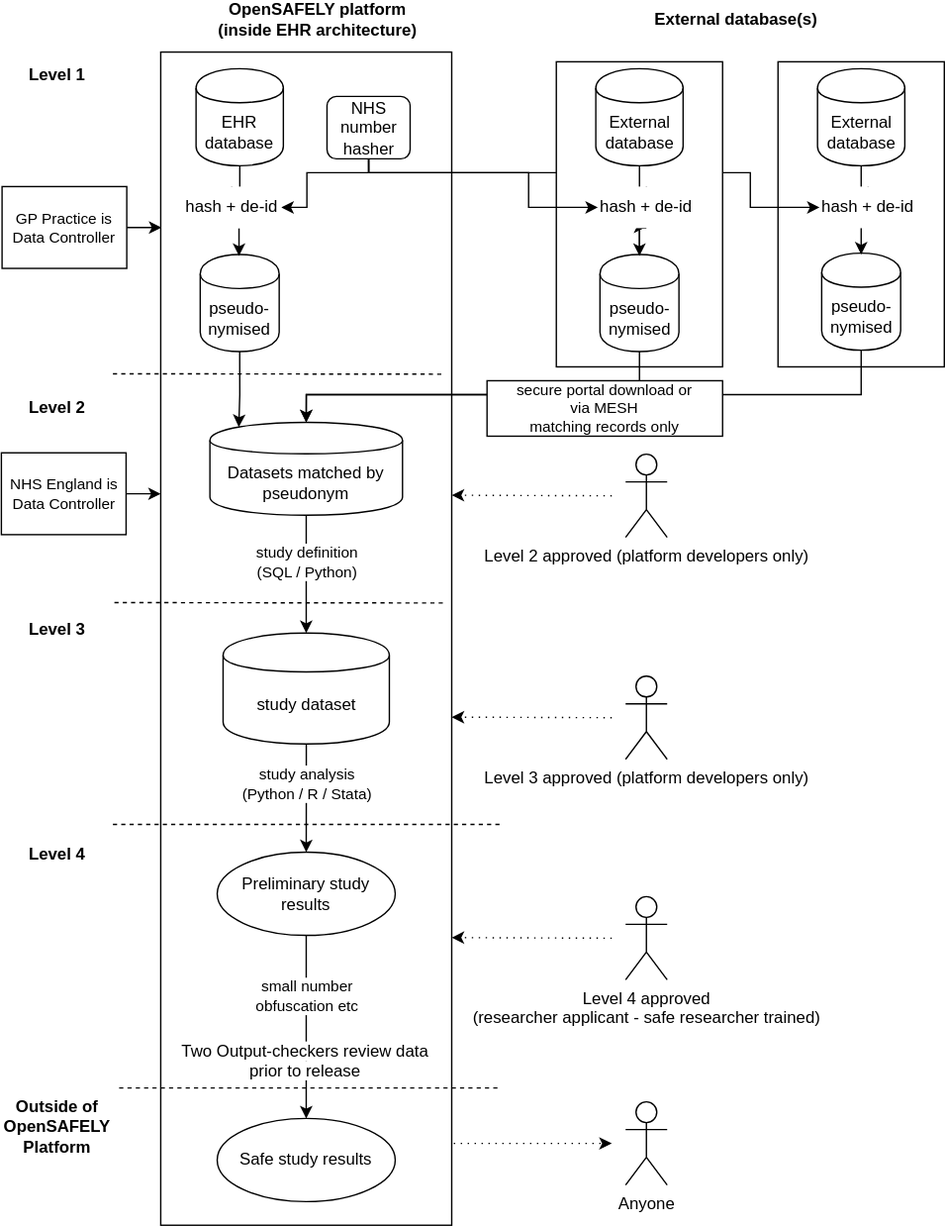
Earlier version of the draw.io export docs/images/OpenSAFELY-security-levels.svg (opensafely/documentation). Source tidied: cells renumbered, new cells last; positions are measured from the earlier drawing's top-left corner, leaving out a move shared by most shapes.
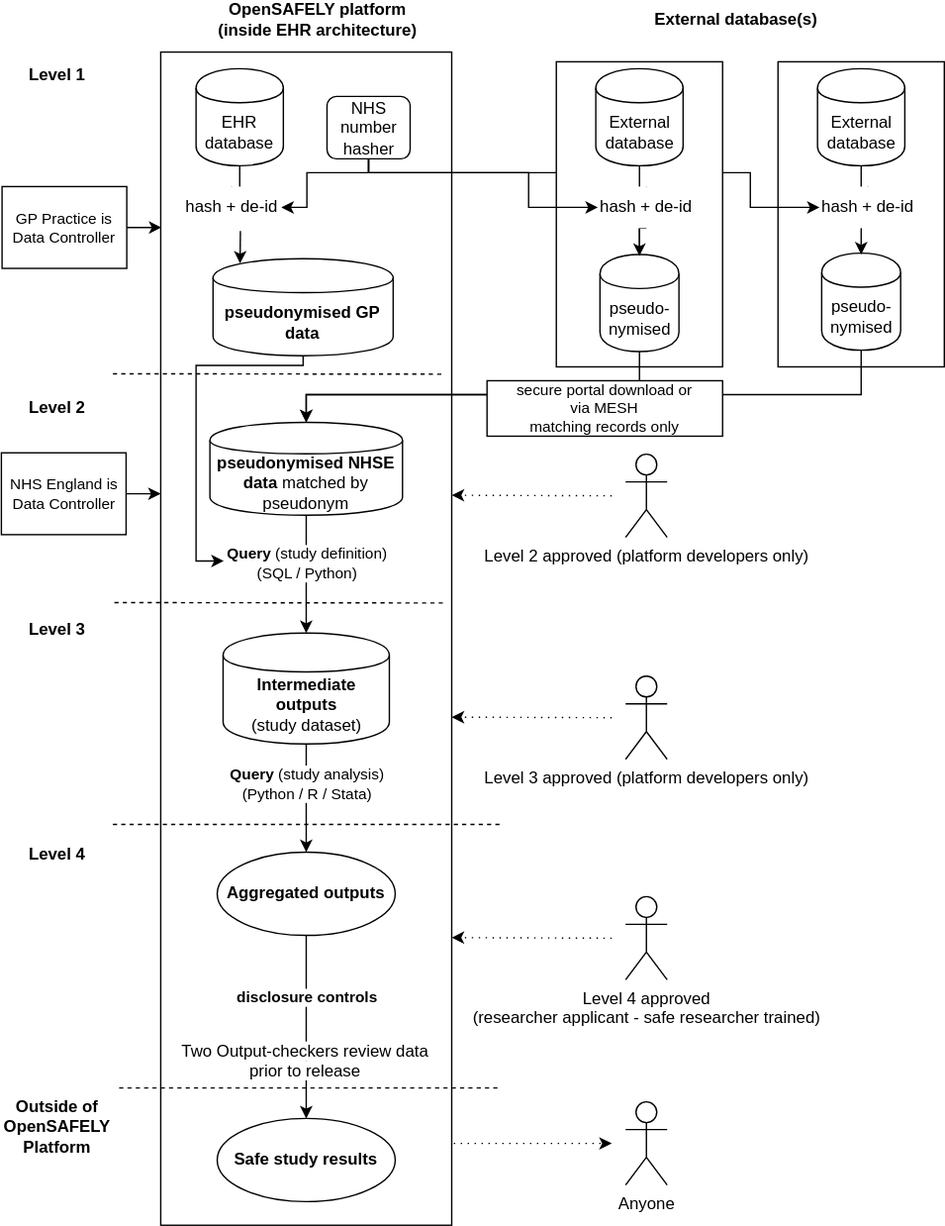
The same diagram one commit later.

The edit, as a diff of the source:
```diff
@@ -8,16 +8,16 @@
     <mxCell id="3" style="rounded=0;whiteSpace=wrap;html=1;align=left;" parent="1" vertex="1">
       <mxGeometry x="114.5" y="33" width="210" height="846" as="geometry" />
     </mxCell>
-    <mxCell id="4" value="&lt;div&gt;study definition&lt;/div&gt;&lt;div&gt;(SQL / Python)&lt;/div&gt;" style="edgeStyle=orthogonalEdgeStyle;rounded=0;jettySize=auto;html=1;" parent="1" edge="1" source="5" target="7">
+    <mxCell id="4" value="&lt;div&gt;&lt;b&gt;Query &lt;/b&gt;(study definition)&lt;/div&gt;&lt;div&gt;(SQL / Python)&lt;/div&gt;" style="edgeStyle=orthogonalEdgeStyle;rounded=0;jettySize=auto;html=1;" parent="1" edge="1" source="5" target="7">
       <mxGeometry x="-0.18" relative="1" as="geometry" />
     </mxCell>
-    <mxCell id="5" value="Datasets matched by pseudonym" style="shape=cylinder;whiteSpace=wrap;html=1;boundedLbl=1;backgroundOutline=1;" parent="1" vertex="1">
+    <mxCell id="5" value="&lt;b&gt;pseudonymised NHSE data &lt;/b&gt;matched by pseudonym" style="shape=cylinder;whiteSpace=wrap;html=1;boundedLbl=1;backgroundOutline=1;" parent="1" vertex="1">
       <mxGeometry x="150" y="300" width="139" height="67" as="geometry" />
     </mxCell>
-    <mxCell id="6" value="&lt;div&gt;study analysis&lt;/div&gt;&lt;div&gt;(Python / R / Stata)&lt;/div&gt;" style="edgeStyle=orthogonalEdgeStyle;rounded=0;jettySize=auto;html=1;" parent="1" edge="1" source="7" target="17">
+    <mxCell id="6" value="&lt;div&gt;&lt;b&gt;Query &lt;/b&gt;(study analysis)&lt;/div&gt;&lt;div&gt;(Python / R / Stata)&lt;/div&gt;" style="edgeStyle=orthogonalEdgeStyle;rounded=0;jettySize=auto;html=1;" parent="1" edge="1" source="7" target="17">
       <mxGeometry x="-0.27" relative="1" as="geometry" />
     </mxCell>
-    <mxCell id="7" value="study dataset" style="shape=cylinder;whiteSpace=wrap;html=1;boundedLbl=1;backgroundOutline=1;" parent="1" vertex="1">
+    <mxCell id="7" value="&lt;b&gt;Intermediate outputs&lt;/b&gt; &lt;br&gt;(study dataset)" style="shape=cylinder;whiteSpace=wrap;html=1;boundedLbl=1;backgroundOutline=1;" parent="1" vertex="1">
       <mxGeometry x="159.5" y="452" width="120" height="80" as="geometry" />
     </mxCell>
     <mxCell id="8" style="endArrow=none;dashed=1;html=1;entryX=0.997;entryY=0.196;entryDx=0;entryDy=0;entryPerimeter=0;" parent="1" edge="1">
@@ -50,16 +50,16 @@
     <mxCell id="15" value="Level 3" style="text;html=1;strokeColor=none;fillColor=none;align=center;verticalAlign=middle;whiteSpace=wrap;rounded=0;fontStyle=1;" parent="1" vertex="1">
       <mxGeometry y="440" width="80" height="20" as="geometry" />
     </mxCell>
-    <mxCell id="16" value="&lt;div&gt;small number&lt;/div&gt;&lt;div&gt;obfuscation etc&lt;br&gt;&lt;/div&gt;" style="edgeStyle=orthogonalEdgeStyle;rounded=0;jettySize=auto;html=1;" parent="1" edge="1" source="17" target="19">
+    <mxCell id="16" value="&lt;div&gt;&lt;b&gt;disclosure controls&lt;/b&gt;&lt;/div&gt;" style="edgeStyle=orthogonalEdgeStyle;rounded=0;jettySize=auto;html=1;" parent="1" edge="1" source="17" target="19">
       <mxGeometry x="-0.32" relative="1" as="geometry" />
     </mxCell>
-    <mxCell id="17" value="Preliminary study results" style="ellipse;whiteSpace=wrap;html=1;" parent="1" vertex="1">
+    <mxCell id="17" value="&lt;b&gt;Aggregated outputs&lt;/b&gt;" style="ellipse;whiteSpace=wrap;html=1;" parent="1" vertex="1">
       <mxGeometry x="155.2" y="610" width="128.5" height="60" as="geometry" />
     </mxCell>
     <mxCell id="18" value="Level 3 approved (platform developers&amp;nbsp;only)" style="shape=umlActor;verticalLabelPosition=bottom;labelBackgroundColor=#ffffff;verticalAlign=top;html=1;" parent="1" vertex="1">
       <mxGeometry x="450" y="483" width="30" height="60" as="geometry" />
     </mxCell>
-    <mxCell id="19" value="Safe study results" style="ellipse;whiteSpace=wrap;html=1;" parent="1" vertex="1">
+    <mxCell id="19" value="&lt;b&gt;Safe study results&lt;/b&gt;" style="ellipse;whiteSpace=wrap;html=1;" parent="1" vertex="1">
       <mxGeometry x="155.2" y="802" width="128.5" height="60" as="geometry" />
     </mxCell>
     <mxCell id="20" value="Anyone" style="shape=umlActor;verticalLabelPosition=bottom;labelBackgroundColor=#ffffff;verticalAlign=top;html=1;" parent="1" vertex="1">
@@ -158,23 +158,12 @@
     <mxCell id="40" value="&lt;div&gt;EHR database&lt;/div&gt;" style="shape=cylinder;whiteSpace=wrap;html=1;boundedLbl=1;backgroundOutline=1;" parent="1" vertex="1">
       <mxGeometry x="140" y="45" width="63" height="70" as="geometry" />
     </mxCell>
-    <mxCell id="41" style="edgeStyle=orthogonalEdgeStyle;rounded=0;jettySize=auto;html=1;entryX=0.15;entryY=0.05;entryDx=0;entryDy=0;entryPerimeter=0;endArrow=classic;endFill=1;exitX=0.5;exitY=1;exitDx=0;exitDy=0;" parent="1" edge="1" source="42" target="5">
-      <mxGeometry relative="1" as="geometry">
-        <Array as="points">
-          <mxPoint x="172" y="280" />
-        </Array>
-      </mxGeometry>
-    </mxCell>
-    <mxCell id="42" value="&lt;div&gt;pseudo-nymised &lt;br&gt;&lt;/div&gt;" style="shape=cylinder;whiteSpace=wrap;html=1;boundedLbl=1;backgroundOutline=1;" parent="1" vertex="1">
-      <mxGeometry x="143" y="179" width="57" height="70" as="geometry" />
+    <mxCell id="42" value="&lt;div&gt;&lt;b&gt;pseudonymised GP data&lt;/b&gt;&lt;br&gt;&lt;/div&gt;" style="shape=cylinder;whiteSpace=wrap;html=1;boundedLbl=1;backgroundOutline=1;" parent="1" vertex="1">
+      <mxGeometry x="152.2" y="182" width="130" height="70" as="geometry" />
     </mxCell>
-    <mxCell id="43" style="edgeStyle=orthogonalEdgeStyle;rounded=0;jettySize=auto;html=1;endArrow=classic;endFill=1;" parent="1" edge="1" source="44">
+    <mxCell id="43" style="edgeStyle=orthogonalEdgeStyle;rounded=0;jettySize=auto;html=1;endArrow=classic;endFill=1;entryX=0.15;entryY=0.05;entryDx=0;entryDy=0;entryPerimeter=0;" parent="1" edge="1" target="42">
       <mxGeometry relative="1" as="geometry">
-        <mxPoint x="171" y="180" as="targetPoint" />
-        <Array as="points">
-          <mxPoint x="171" y="160" />
-          <mxPoint x="171" y="160" />
-        </Array>
+        <mxPoint x="172" y="162" as="sourcePoint" />
       </mxGeometry>
     </mxCell>
     <mxCell id="44" value="&lt;font style=&quot;font-size: 12px;&quot;&gt;hash + de-id&lt;br style=&quot;font-size: 12px;&quot;&gt;&lt;/font&gt;" style="rounded=0;whiteSpace=wrap;html=1;strokeColor=none;fontSize=12;" parent="1" vertex="1">
@@ -258,5 +247,14 @@
     <mxCell id="60" value="&lt;div style=&quot;text-align: center;&quot;&gt;&lt;span style=&quot;background-color: rgb(255, 255, 255);&quot;&gt;Two Output-checkers review data prior to release&lt;/span&gt;&lt;/div&gt;" style="text;whiteSpace=wrap;html=1;" parent="1" vertex="1">
       <mxGeometry x="114.5" y="740" width="205.5" height="40" as="geometry" />
     </mxCell>
+    <mxCell id="61" style="edgeStyle=orthogonalEdgeStyle;rounded=0;jettySize=auto;html=1;endArrow=classic;endFill=1;exitX=0.5;exitY=1;exitDx=0;exitDy=0;" parent="1" edge="1" source="42">
+      <mxGeometry relative="1" as="geometry">
+        <mxPoint x="160" y="400" as="targetPoint" />
+        <Array as="points">
+          <mxPoint x="140" y="259" />
+          <mxPoint x="140" y="400" />
+        </Array>
+      </mxGeometry>
+    </mxCell>
   </root>
 </mxGraphModel>
```
